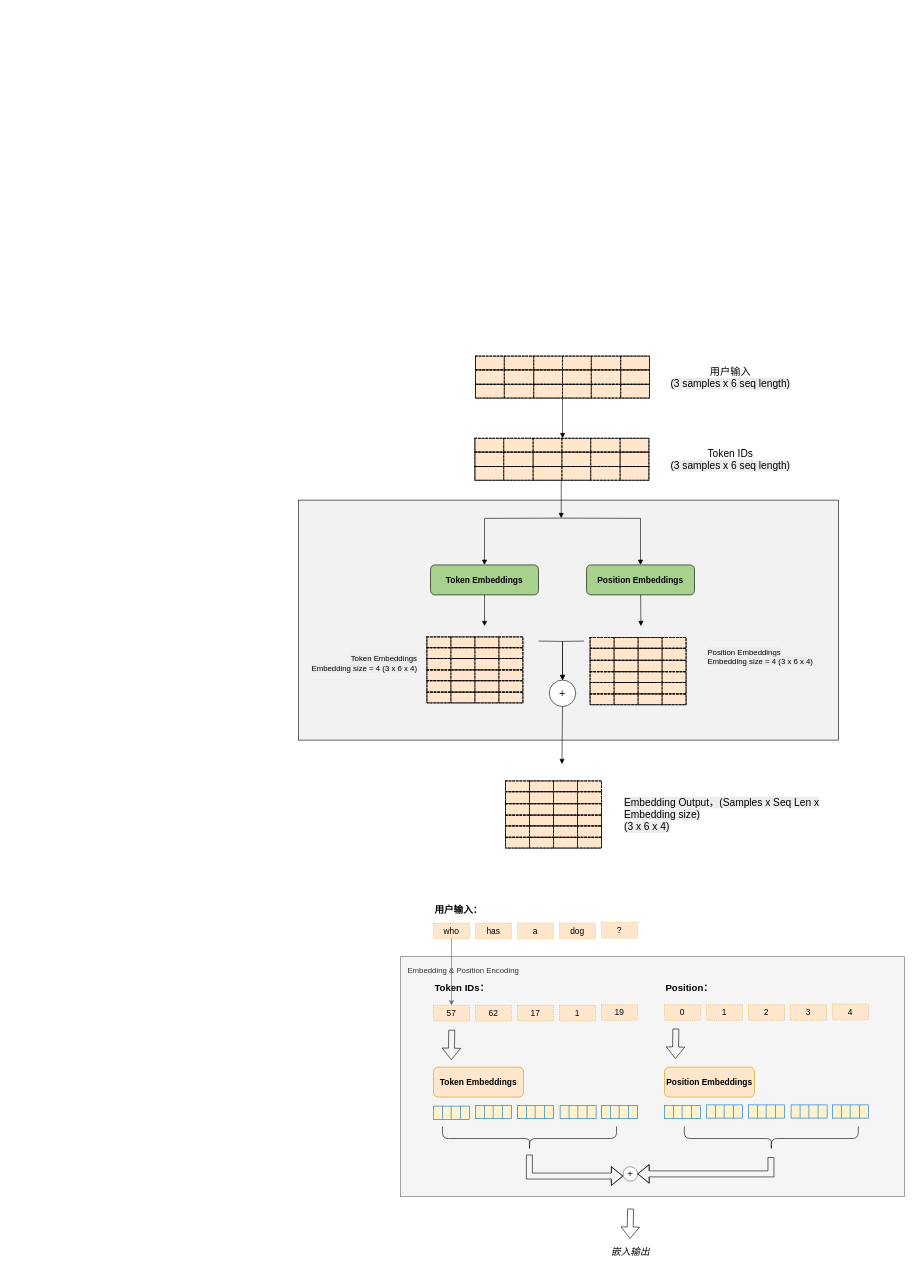
This is page "page1" (1 of 2) of 未命名绘图.drawio from Zuofan/lean-readings, a draw.io file, before an edit. Source tidied: cells renumbered, new cells numbered last; positions are measured from the earlier drawing's top-left corner, leaving out a move shared by most shapes. Both pictures are drawn from the tidied source at 60%, with x=0, y=0 at pixel (292, 356).
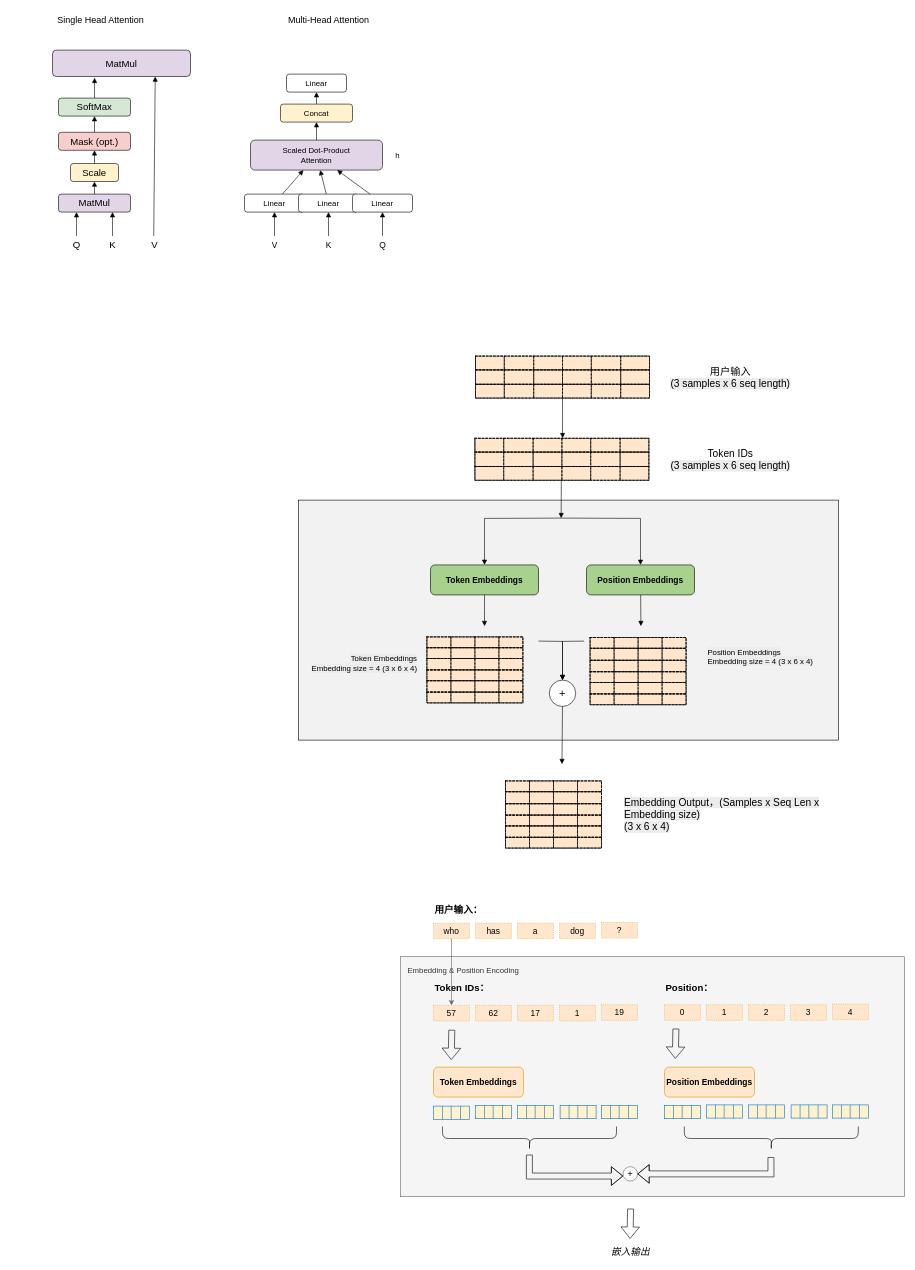
After the change.

Commit message:
更新未命名绘图.drawio

The edit, as a diff of the source:
```diff
@@
+    <mxCell id="239" value="Single Head Attention" style="text;html=1;align=center;verticalAlign=middle;fontSize=15;" parent="1" vertex="1">
+      <mxGeometry x="-470" y="-576" width="300" height="30" as="geometry" />
+    </mxCell>
+    <mxCell id="240" value="Multi-Head Attention" style="text;html=1;align=center;verticalAlign=middle;fontSize=15;" parent="1" vertex="1">
+      <mxGeometry x="-70" y="-576" width="260" height="30" as="geometry" />
+    </mxCell>
+    <mxCell id="241" value="MatMul" style="rounded=1;whiteSpace=wrap;html=1;fillColor=#E1D5E7;strokeColor=#000000;fontSize=16;" parent="1" vertex="1">
+      <mxGeometry x="-400" y="-510" width="230" height="44" as="geometry" />
+    </mxCell>
+    <mxCell id="242" value="SoftMax" style="rounded=1;whiteSpace=wrap;html=1;fillColor=#D5E8D4;strokeColor=#000000;fontSize=16;" parent="1" vertex="1">
+      <mxGeometry x="-390" y="-430" width="120" height="30" as="geometry" />
+    </mxCell>
+    <mxCell id="243" value="Mask (opt.)" style="rounded=1;whiteSpace=wrap;html=1;fillColor=#F8CECC;strokeColor=#000000;fontSize=16;" parent="1" vertex="1">
+      <mxGeometry x="-390" y="-373" width="120" height="30" as="geometry" />
+    </mxCell>
+    <mxCell id="244" value="Scale" style="rounded=1;whiteSpace=wrap;html=1;fillColor=#FFF2CC;strokeColor=#000000;fontSize=16;" parent="1" vertex="1">
+      <mxGeometry x="-370" y="-321" width="80" height="30" as="geometry" />
+    </mxCell>
+    <mxCell id="245" value="MatMul" style="rounded=1;whiteSpace=wrap;html=1;fillColor=#E1D5E7;strokeColor=#000000;fontSize=16;" parent="1" vertex="1">
+      <mxGeometry x="-390" y="-270" width="120" height="30" as="geometry" />
+    </mxCell>
+    <mxCell id="246" value="Q" style="text;html=1;align=center;verticalAlign=middle;fontSize=16;" parent="1" vertex="1">
+      <mxGeometry x="-380" y="-200" width="40" height="30" as="geometry" />
+    </mxCell>
+    <mxCell id="247" value="K" style="text;html=1;align=center;verticalAlign=middle;fontSize=16;" parent="1" vertex="1">
+      <mxGeometry x="-320" y="-200" width="40" height="30" as="geometry" />
+    </mxCell>
+    <mxCell id="248" value="V" style="text;html=1;align=center;verticalAlign=middle;fontSize=16;" parent="1" vertex="1">
+      <mxGeometry x="-250" y="-200" width="40" height="30" as="geometry" />
+    </mxCell>
+    <mxCell id="249" value="Linear" style="rounded=1;whiteSpace=wrap;html=1;fillColor=#FFFFFF;strokeColor=#000000;fontSize=13;" parent="1" vertex="1">
+      <mxGeometry x="-10" y="-470" width="100" height="30" as="geometry" />
+    </mxCell>
+    <mxCell id="250" value="Concat" style="rounded=1;whiteSpace=wrap;html=1;fillColor=#FFF2CC;strokeColor=#000000;fontSize=13;" parent="1" vertex="1">
+      <mxGeometry x="-20" y="-420" width="120" height="30" as="geometry" />
+    </mxCell>
+    <mxCell id="251" value="Scaled Dot-Product&lt;br&gt;Attention" style="rounded=1;whiteSpace=wrap;html=1;fillColor=#E1D5E7;strokeColor=#000000;fontSize=13;" parent="1" vertex="1">
+      <mxGeometry x="-70" y="-360" width="220" height="50" as="geometry" />
+    </mxCell>
+    <mxCell id="252" value="h" style="text;html=1;align=center;verticalAlign=middle;fontSize=13;" parent="1" vertex="1">
+      <mxGeometry x="160" y="-350" width="30" height="30" as="geometry" />
+    </mxCell>
+    <mxCell id="253" value="Linear" style="rounded=1;whiteSpace=wrap;html=1;fillColor=#FFFFFF;strokeColor=#000000;fontSize=13;" parent="1" vertex="1">
+      <mxGeometry x="-80" y="-270" width="100" height="30" as="geometry" />
+    </mxCell>
+    <mxCell id="254" value="Linear" style="rounded=1;whiteSpace=wrap;html=1;fillColor=#FFFFFF;strokeColor=#000000;fontSize=13;" parent="1" vertex="1">
+      <mxGeometry x="10" y="-270" width="100" height="30" as="geometry" />
+    </mxCell>
+    <mxCell id="255" value="Linear" style="rounded=1;whiteSpace=wrap;html=1;fillColor=#FFFFFF;strokeColor=#000000;fontSize=13;" parent="1" vertex="1">
+      <mxGeometry x="100" y="-270" width="100" height="30" as="geometry" />
+    </mxCell>
+    <mxCell id="256" value="V" style="text;html=1;align=center;verticalAlign=middle;fontSize=14;" parent="1" vertex="1">
+      <mxGeometry x="-50" y="-200" width="40" height="30" as="geometry" />
+    </mxCell>
+    <mxCell id="257" value="K" style="text;html=1;align=center;verticalAlign=middle;fontSize=14;" parent="1" vertex="1">
+      <mxGeometry x="40" y="-200" width="40" height="30" as="geometry" />
+    </mxCell>
+    <mxCell id="258" value="Q" style="text;html=1;align=center;verticalAlign=middle;fontSize=14;" parent="1" vertex="1">
+      <mxGeometry x="130" y="-200" width="40" height="30" as="geometry" />
+    </mxCell>
+    <mxCell id="259" style="edgeStyle=none;html=1;endArrow=block;entryX=0.25;entryY=1;entryDx=0;entryDy=0;fontSize=16;" parent="1" edge="1" source="246" target="245">
+      <mxGeometry relative="1" as="geometry" />
+    </mxCell>
+    <mxCell id="260" style="edgeStyle=none;html=1;endArrow=block;entryX=0.75;entryY=1;entryDx=0;entryDy=0;fontSize=16;" parent="1" edge="1" source="247" target="245">
+      <mxGeometry relative="1" as="geometry" />
+    </mxCell>
+    <mxCell id="261" style="edgeStyle=none;html=1;endArrow=block;fontSize=16;" parent="1" edge="1" source="245" target="244">
+      <mxGeometry relative="1" as="geometry" />
+    </mxCell>
+    <mxCell id="262" style="edgeStyle=none;html=1;endArrow=block;fontSize=16;" parent="1" edge="1" source="244" target="243">
+      <mxGeometry relative="1" as="geometry" />
+    </mxCell>
+    <mxCell id="263" style="edgeStyle=none;html=1;endArrow=block;fontSize=16;" parent="1" edge="1" source="243" target="242">
+      <mxGeometry relative="1" as="geometry" />
+    </mxCell>
+    <mxCell id="264" style="edgeStyle=none;html=1;endArrow=block;entryX=0.305;entryY=1.049;entryDx=0;entryDy=0;entryPerimeter=0;fontSize=16;" parent="1" edge="1" source="242" target="241">
+      <mxGeometry relative="1" as="geometry" />
+    </mxCell>
+    <mxCell id="265" style="html=1;endArrow=block;exitX=0.5;exitY=0;entryX=0.75;entryY=1;entryDx=0;entryDy=0;fontSize=16;" parent="1" edge="1">
+      <mxGeometry x="-0.03" relative="1" as="geometry">
+        <mxPoint x="-231.3" y="-200" as="sourcePoint" />
+        <mxPoint x="-228.8" y="-466" as="targetPoint" />
+      </mxGeometry>
+    </mxCell>
+    <mxCell id="266" style="edgeStyle=none;html=1;endArrow=block;" parent="1" edge="1" source="256" target="253">
+      <mxGeometry relative="1" as="geometry" />
+    </mxCell>
+    <mxCell id="267" style="edgeStyle=none;html=1;endArrow=block;" parent="1" edge="1" source="257" target="254">
+      <mxGeometry relative="1" as="geometry" />
+    </mxCell>
+    <mxCell id="268" style="edgeStyle=none;html=1;endArrow=block;" parent="1" edge="1" source="258" target="255">
+      <mxGeometry relative="1" as="geometry" />
+    </mxCell>
+    <mxCell id="269" style="edgeStyle=none;html=1;endArrow=block;" parent="1" edge="1" source="253" target="251">
+      <mxGeometry relative="1" as="geometry" />
+    </mxCell>
+    <mxCell id="270" style="edgeStyle=none;html=1;endArrow=block;" parent="1" edge="1" source="254" target="251">
+      <mxGeometry relative="1" as="geometry" />
+    </mxCell>
+    <mxCell id="271" style="edgeStyle=none;html=1;endArrow=block;" parent="1" edge="1" source="255" target="251">
+      <mxGeometry relative="1" as="geometry" />
+    </mxCell>
+    <mxCell id="272" style="edgeStyle=none;html=1;endArrow=block;" parent="1" edge="1" source="251" target="250">
+      <mxGeometry relative="1" as="geometry" />
+    </mxCell>
+    <mxCell id="273" style="edgeStyle=none;html=1;endArrow=block;" parent="1" edge="1" source="250" target="249">
+      <mxGeometry relative="1" as="geometry" />
+    </mxCell>
```
